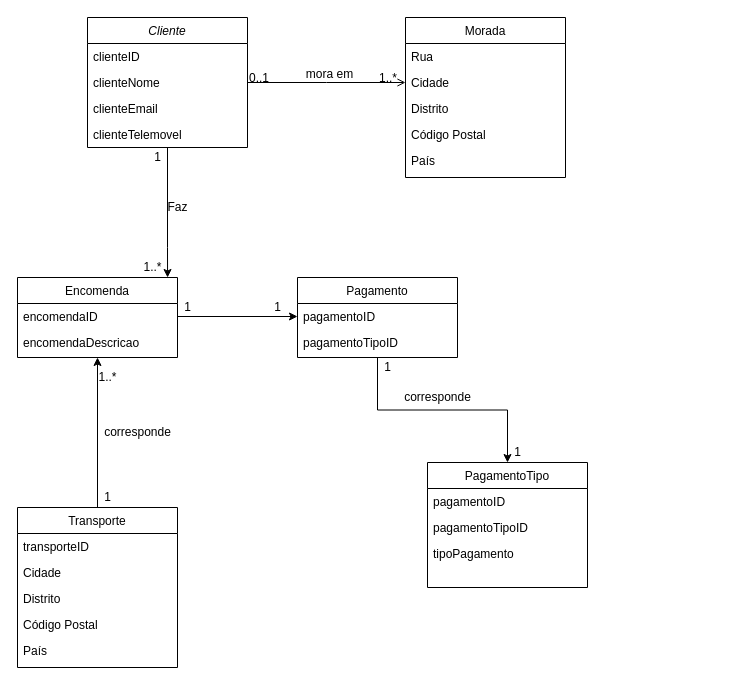
Earlier version of the draw.io diagram Diagrama de Classes.drawio (JoshuaJones27/FetchCode). Source tidied: cells renumbered, new cells numbered last; positions are measured from the earlier drawing's top-left corner, leaving out a move shared by most shapes. Both pictures are drawn from the tidied source at 100%, with x=0, y=0 at pixel (17, 17).
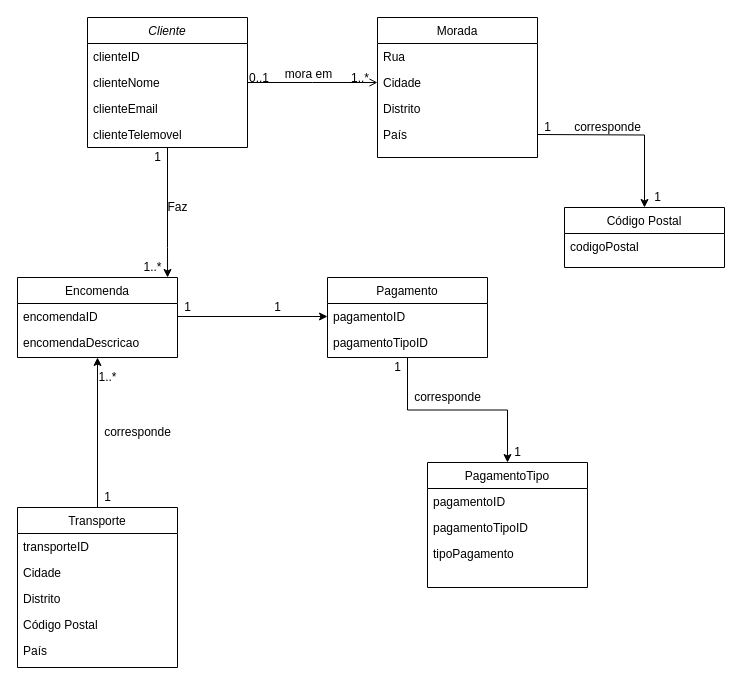
The same page after the edit.

Commit message (it also covers changes not shown here):
Casos de uso

Diff of the diagram source:
```diff
@@
     <mxCell id="11" value="Morada" style="swimlane;fontStyle=0;align=center;verticalAlign=top;horizontal=1;startSize=26;rounded=0;shadow=0;strokeWidth=1;" parent="1" vertex="1">
-      <mxGeometry x="388" width="160" height="160" as="geometry" />
+      <mxGeometry x="360" width="160" height="140" as="geometry" />
     </mxCell>
@@
-    <mxCell id="15" value="Código Postal" style="text;align=left;verticalAlign=top;spacingLeft=4;spacingRight=4;overflow=hidden;points=[[0,0.5],[1,0.5]];portConstraint=eastwest;rounded=0;shadow=0;html=0;" parent="11" vertex="1">
-      <mxGeometry y="104" width="160" height="26" as="geometry" />
-    </mxCell>
     <mxCell id="16" value="País" style="text;align=left;verticalAlign=top;spacingLeft=4;spacingRight=4;overflow=hidden;rounded=0;shadow=0;html=0;" parent="11" vertex="1">
-      <mxGeometry y="130" width="160" height="26" as="geometry" />
+      <mxGeometry y="104" width="160" height="26" as="geometry" />
     </mxCell>
@@
     <mxCell id="25" value="Pagamento" style="swimlane;fontStyle=0;align=center;verticalAlign=top;horizontal=1;startSize=26;rounded=0;shadow=0;strokeWidth=1;" parent="1" vertex="1">
-      <mxGeometry x="280" y="260" width="160" height="80" as="geometry" />
+      <mxGeometry x="310" y="260" width="160" height="80" as="geometry" />
     </mxCell>
@@
     <mxCell id="35" value="corresponde" style="text;html=1;align=center;verticalAlign=middle;strokeColor=none;fillColor=none;" parent="1" vertex="1">
-      <mxGeometry x="380" y="370" width="80" height="20" as="geometry" />
+      <mxGeometry x="390" y="370" width="80" height="20" as="geometry" />
     </mxCell>
     <mxCell id="36" value="1" style="text;html=1;align=center;verticalAlign=middle;strokeColor=none;fillColor=none;" parent="1" vertex="1">
-      <mxGeometry x="360" y="340" width="20" height="20" as="geometry" />
+      <mxGeometry x="370" y="340" width="20" height="20" as="geometry" />
     </mxCell>
@@
+    <mxCell id="15" value="Código Postal" style="swimlane;fontStyle=0;align=center;verticalAlign=top;horizontal=1;startSize=26;rounded=0;shadow=0;strokeWidth=1;" parent="1" vertex="1">
+      <mxGeometry x="547" y="190" width="160" height="60" as="geometry" />
+    </mxCell>
+    <mxCell id="48" value="codigoPostal" style="text;align=left;verticalAlign=top;spacingLeft=4;spacingRight=4;overflow=hidden;" parent="15" vertex="1">
+      <mxGeometry y="26" width="160" height="26" as="geometry" />
+    </mxCell>
+    <mxCell id="49" style="edgeStyle=orthogonalEdgeStyle;rounded=0;jettySize=auto;html=1;entryX=0.5;entryY=0;entryDx=0;entryDy=0;" parent="1" edge="1" target="15">
+      <mxGeometry relative="1" as="geometry">
+        <mxPoint x="520" y="117" as="sourcePoint" />
+      </mxGeometry>
+    </mxCell>
+    <mxCell id="50" value="1" style="text;html=1;align=center;verticalAlign=middle;strokeColor=none;fillColor=none;" parent="1" vertex="1">
+      <mxGeometry x="520" y="100" width="20" height="20" as="geometry" />
+    </mxCell>
+    <mxCell id="51" value="1" style="text;html=1;align=center;verticalAlign=middle;strokeColor=none;fillColor=none;" parent="1" vertex="1">
+      <mxGeometry x="630" y="170" width="20" height="20" as="geometry" />
+    </mxCell>
+    <mxCell id="52" value="corresponde" style="text;html=1;align=center;verticalAlign=middle;strokeColor=none;fillColor=none;" parent="1" vertex="1">
+      <mxGeometry x="550" y="100" width="80" height="20" as="geometry" />
+    </mxCell>
```
